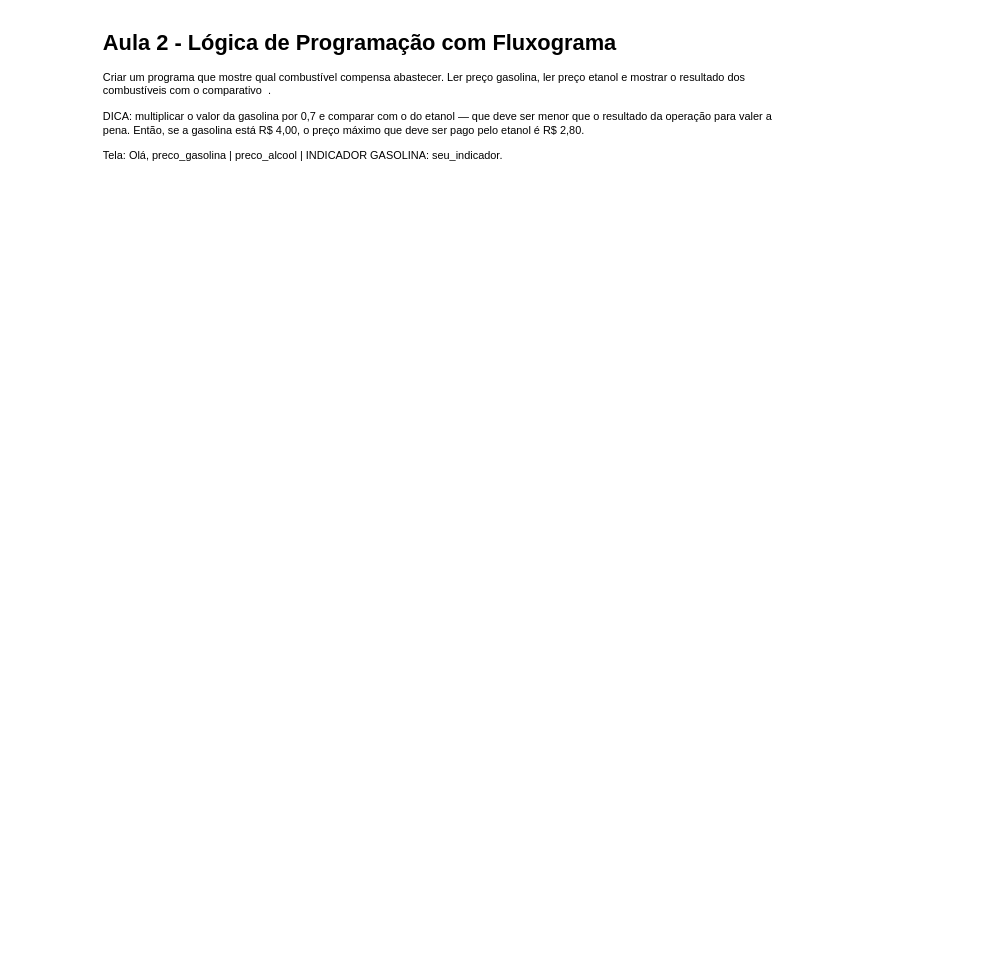
Earlier version of the draw.io diagram page "6- Calcular preço combustivel" (6 of 7) of 01 - Mensagem Olá Mundo.drawio (aran-wesley/CursoCSharp). Source tidied: cells renumbered, new cells numbered last; positions are measured from the earlier drawing's top-left corner, leaving out a move shared by most shapes. Both pictures are drawn from the tidied source at 91%, with x=0, y=0 at pixel (98, 25).
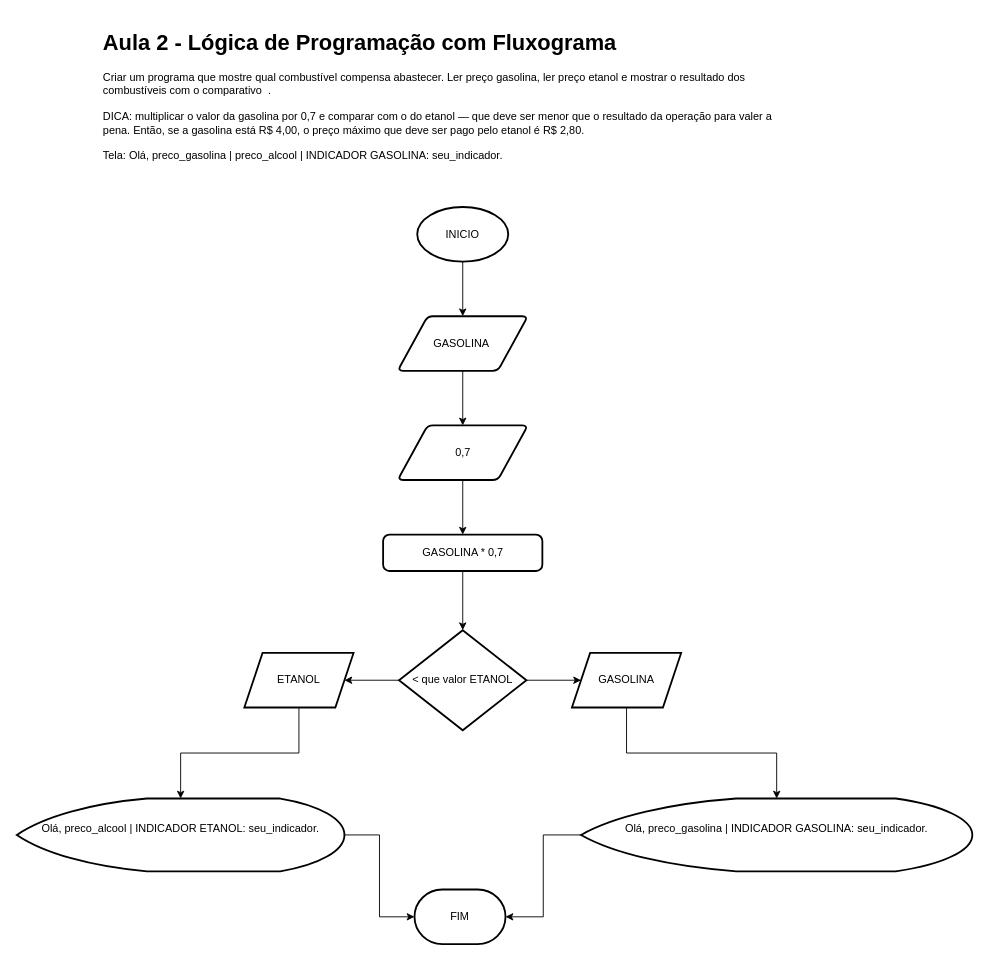
The same diagram, later.

Change to the diagram source:
```diff
@@
+    <mxCell id="3" style="edgeStyle=orthogonalEdgeStyle;rounded=0;jettySize=auto;html=1;" parent="1" edge="1" source="4" target="6">
+      <mxGeometry relative="1" as="geometry" />
+    </mxCell>
+    <mxCell id="4" value="INICIO" style="strokeWidth=2;html=1;shape=mxgraph.flowchart.start_1;whiteSpace=wrap;" parent="1" vertex="1">
+      <mxGeometry x="350" y="200" width="100" height="60" as="geometry" />
+    </mxCell>
+    <mxCell id="5" style="edgeStyle=orthogonalEdgeStyle;rounded=0;jettySize=auto;html=1;" parent="1" edge="1" source="6" target="15">
+      <mxGeometry relative="1" as="geometry" />
+    </mxCell>
+    <mxCell id="6" value="GASOLINA&amp;nbsp;" style="shape=parallelogram;html=1;strokeWidth=2;perimeter=parallelogramPerimeter;whiteSpace=wrap;rounded=1;arcSize=12;size=0.23;" parent="1" vertex="1">
+      <mxGeometry x="328.5" y="320" width="143" height="60" as="geometry" />
+    </mxCell>
+    <mxCell id="7" style="edgeStyle=orthogonalEdgeStyle;rounded=0;jettySize=auto;html=1;" parent="1" edge="1" source="8" target="13">
+      <mxGeometry relative="1" as="geometry" />
+    </mxCell>
+    <mxCell id="8" value="GASOLINA * 0,7" style="rounded=1;whiteSpace=wrap;html=1;absoluteArcSize=1;arcSize=14;strokeWidth=2;" parent="1" vertex="1">
+      <mxGeometry x="312.5" y="560" width="175" height="40" as="geometry" />
+    </mxCell>
+    <mxCell id="9" style="edgeStyle=orthogonalEdgeStyle;rounded=0;jettySize=auto;html=1;entryX=0;entryY=0.5;entryDx=0;entryDy=0;entryPerimeter=0;" parent="1" edge="1" source="10" target="22">
+      <mxGeometry relative="1" as="geometry" />
+    </mxCell>
+    <mxCell id="10" value="&lt;br&gt;&lt;br&gt;&lt;div&gt;&lt;div&gt;Olá, preco_alcool | INDICADOR ETANOL: seu_indicador.&lt;/div&gt;&lt;/div&gt;&lt;div&gt;&lt;br style=&quot;color: rgb(0 , 0 , 0) ; font-family: &amp;#34;helvetica&amp;#34; ; font-size: 12px ; font-style: normal ; font-weight: 400 ; letter-spacing: normal ; text-align: left ; text-indent: 0px ; text-transform: none ; word-spacing: 0px ; background-color: rgb(248 , 249 , 250)&quot;&gt;&lt;br&gt;&lt;br&gt;&lt;/div&gt;" style="strokeWidth=2;html=1;shape=mxgraph.flowchart.display;whiteSpace=wrap;" parent="1" vertex="1">
+      <mxGeometry x="-90" y="850" width="360" height="80" as="geometry" />
+    </mxCell>
+    <mxCell id="11" style="edgeStyle=orthogonalEdgeStyle;rounded=0;jettySize=auto;html=1;" parent="1" edge="1" source="13" target="17">
+      <mxGeometry relative="1" as="geometry" />
+    </mxCell>
+    <mxCell id="12" style="edgeStyle=orthogonalEdgeStyle;rounded=0;jettySize=auto;html=1;" parent="1" edge="1" source="13" target="19">
+      <mxGeometry relative="1" as="geometry" />
+    </mxCell>
+    <mxCell id="13" value="&amp;lt; que valor ETANOL" style="strokeWidth=2;html=1;shape=mxgraph.flowchart.decision;whiteSpace=wrap;" parent="1" vertex="1">
+      <mxGeometry x="330" y="665" width="140" height="110" as="geometry" />
+    </mxCell>
+    <mxCell id="14" style="edgeStyle=orthogonalEdgeStyle;rounded=0;jettySize=auto;html=1;" parent="1" edge="1" source="15" target="8">
+      <mxGeometry relative="1" as="geometry" />
+    </mxCell>
+    <mxCell id="15" value="0,7" style="shape=parallelogram;html=1;strokeWidth=2;perimeter=parallelogramPerimeter;whiteSpace=wrap;rounded=1;arcSize=12;size=0.23;" parent="1" vertex="1">
+      <mxGeometry x="328.5" y="440" width="143" height="60" as="geometry" />
+    </mxCell>
+    <mxCell id="16" style="edgeStyle=orthogonalEdgeStyle;rounded=0;jettySize=auto;html=1;" parent="1" edge="1" source="17" target="21">
+      <mxGeometry relative="1" as="geometry" />
+    </mxCell>
+    <mxCell id="17" value="GASOLINA" style="shape=parallelogram;perimeter=parallelogramPerimeter;whiteSpace=wrap;html=1;fixedSize=1;strokeWidth=2;" parent="1" vertex="1">
+      <mxGeometry x="520" y="690" width="120" height="60" as="geometry" />
+    </mxCell>
+    <mxCell id="18" style="edgeStyle=orthogonalEdgeStyle;rounded=0;jettySize=auto;html=1;" parent="1" edge="1" source="19" target="10">
+      <mxGeometry relative="1" as="geometry" />
+    </mxCell>
+    <mxCell id="19" value="ETANOL" style="shape=parallelogram;perimeter=parallelogramPerimeter;whiteSpace=wrap;html=1;fixedSize=1;strokeWidth=2;" parent="1" vertex="1">
+      <mxGeometry x="160" y="690" width="120" height="60" as="geometry" />
+    </mxCell>
+    <mxCell id="20" style="edgeStyle=orthogonalEdgeStyle;rounded=0;jettySize=auto;html=1;entryX=1;entryY=0.5;entryDx=0;entryDy=0;entryPerimeter=0;" parent="1" edge="1" source="21" target="22">
+      <mxGeometry relative="1" as="geometry" />
+    </mxCell>
+    <mxCell id="21" value="&lt;br&gt;&lt;br&gt;&lt;div&gt;&lt;div&gt;Olá, preco_gasolina | INDICADOR GASOLINA: seu_indicador.&lt;/div&gt;&lt;/div&gt;&lt;div&gt;&lt;br style=&quot;color: rgb(0 , 0 , 0) ; font-family: &amp;#34;helvetica&amp;#34; ; font-size: 12px ; font-style: normal ; font-weight: 400 ; letter-spacing: normal ; text-align: left ; text-indent: 0px ; text-transform: none ; word-spacing: 0px ; background-color: rgb(248 , 249 , 250)&quot;&gt;&lt;br&gt;&lt;br&gt;&lt;/div&gt;" style="strokeWidth=2;html=1;shape=mxgraph.flowchart.display;whiteSpace=wrap;" parent="1" vertex="1">
+      <mxGeometry x="530" y="850" width="430" height="80" as="geometry" />
+    </mxCell>
+    <mxCell id="22" value="FIM" style="strokeWidth=2;html=1;shape=mxgraph.flowchart.terminator;whiteSpace=wrap;" parent="1" vertex="1">
+      <mxGeometry x="347" y="950" width="100" height="60" as="geometry" />
+    </mxCell>
```
